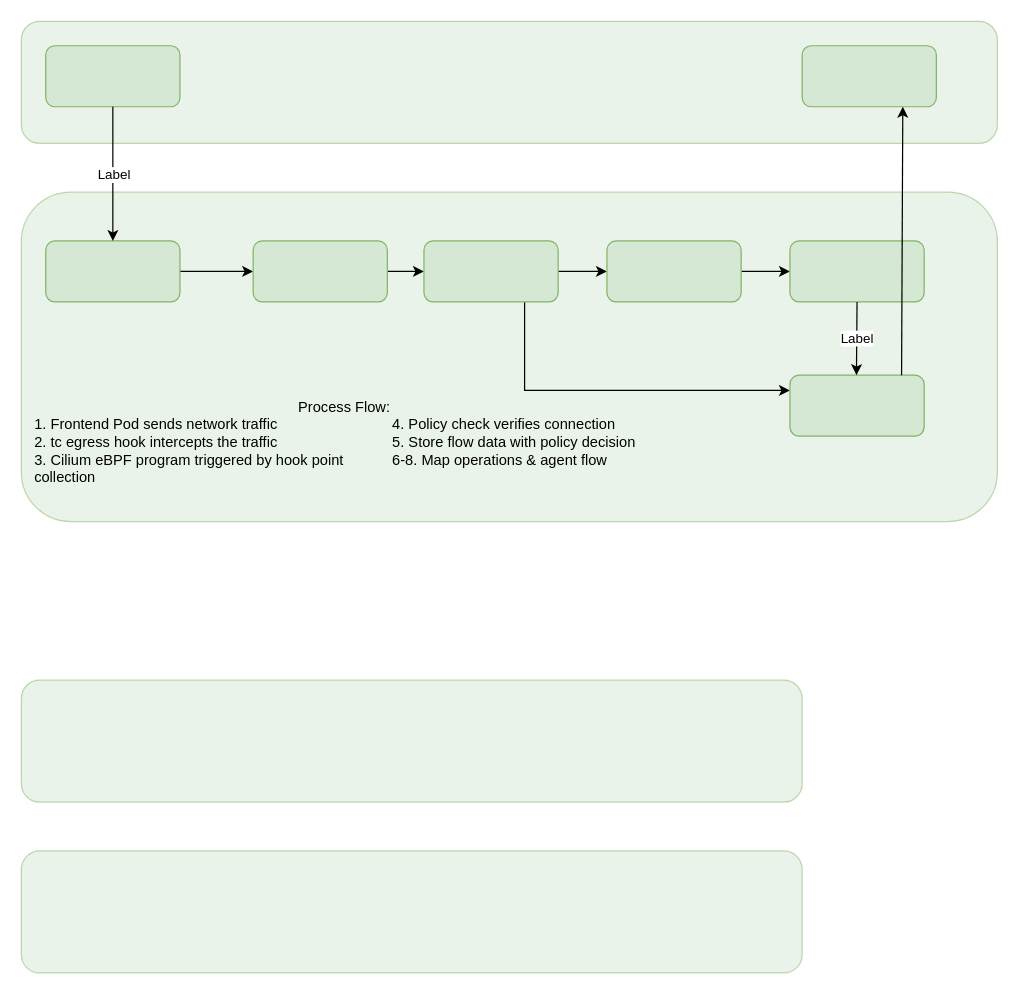
Above: Cilium_eBPF/Cilium eBPF.drawio in abdullah-4Mohammed/eBPF_diagrams_Html (draw.io), before the change. Source tidied: cells renumbered, new cells numbered last; positions are measured from the earlier drawing's top-left corner, leaving out a move shared by most shapes. Both pictures are drawn from the tidied source at 122%, with x=0, y=0 at pixel (21, 21).
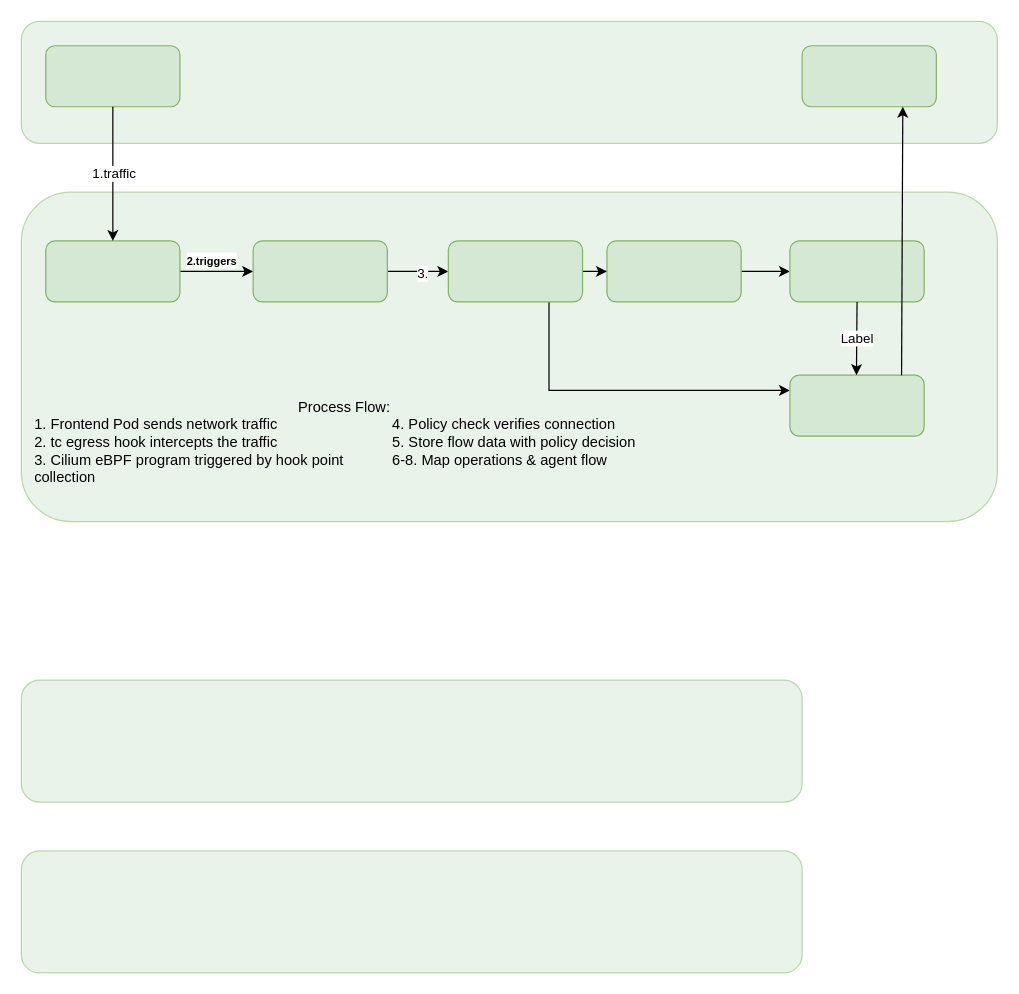
The same page after the edit.

The change refers to these unchanged cells:
```xml
<mxCell id="8" style="edgeStyle=none;shape=connector;rounded=0;jettySize=auto;html=1;strokeColor=default;align=center;verticalAlign=middle;fontFamily=Helvetica;fontSize=11;fontColor=default;labelBackgroundColor=default;endArrow=classic;" parent="1" edge="1" source="9" target="11">
  <mxGeometry relative="1" as="geometry" />
</mxCell>
<mxCell id="11" style="rounded=1;whiteSpace=wrap;html=1;fillColor=#d5e8d4;strokeColor=#82b366;" parent="1" vertex="1">
  <mxGeometry x="190" y="180" width="110" height="50" as="geometry" />
</mxCell>
<mxCell id="21" style="endArrow=classic;html=1;rounded=0;entryX=0.5;entryY=0;entryDx=0;entryDy=0;exitX=0.5;exitY=1;exitDx=0;exitDy=0;" parent="1" edge="1" source="6" target="9">
  <mxGeometry relative="1" as="geometry" />
</mxCell>
```

What changed in the source:
```diff
@@
+    <mxCell id="25" value="&lt;span style=&quot;font-family: Arial, sans-serif; font-size: 9px; font-weight: 700; text-align: start;&quot;&gt;2.triggers&lt;/span&gt;" style="edgeLabel;html=1;align=center;verticalAlign=middle;fontFamily=Helvetica;fontSize=11;fontColor=default;labelBackgroundColor=default;" parent="8" vertex="1">
+      <mxGeometry x="-0.27" relative="1" as="geometry">
+        <mxPoint x="3" y="-10" as="offset" />
+      </mxGeometry>
+    </mxCell>
@@
-    <mxCell id="10" style="edgeStyle=orthogonalEdgeStyle;rounded=0;jettySize=auto;html=1;" parent="1" edge="1" source="11" target="14">
+    <mxCell id="10" style="edgeStyle=none;shape=connector;rounded=0;jettySize=auto;html=1;strokeColor=default;align=center;verticalAlign=middle;fontFamily=Helvetica;fontSize=11;fontColor=default;labelBackgroundColor=default;endArrow=classic;" parent="1" edge="1" source="11" target="14">
       <mxGeometry relative="1" as="geometry" />
     </mxCell>
+    <mxCell id="26" value="3." style="edgeLabel;html=1;align=center;verticalAlign=middle;fontFamily=Helvetica;fontSize=11;fontColor=default;labelBackgroundColor=default;" parent="10" vertex="1">
+      <mxGeometry x="0.12" y="-1" relative="1" as="geometry" />
+    </mxCell>
@@
     <mxCell id="14" style="rounded=1;whiteSpace=wrap;html=1;fillColor=#d5e8d4;strokeColor=#82b366;" parent="1" vertex="1">
-      <mxGeometry x="330" y="180" width="110" height="50" as="geometry" />
+      <mxGeometry x="350" y="180" width="110" height="50" as="geometry" />
     </mxCell>
@@
-    <mxCell id="22" value="Label" style="edgeLabel;html=1;align=center;verticalAlign=middle;" parent="21" vertex="1">
-      <mxGeometry relative="1" as="geometry" />
-    </mxCell>
+    <mxCell id="27" value="1.traffic" style="edgeLabel;html=1;align=center;verticalAlign=middle;fontFamily=Helvetica;fontSize=11;fontColor=default;labelBackgroundColor=default;" parent="21" vertex="1">
+      <mxGeometry x="-0.02" relative="1" as="geometry" />
+    </mxCell>
```
